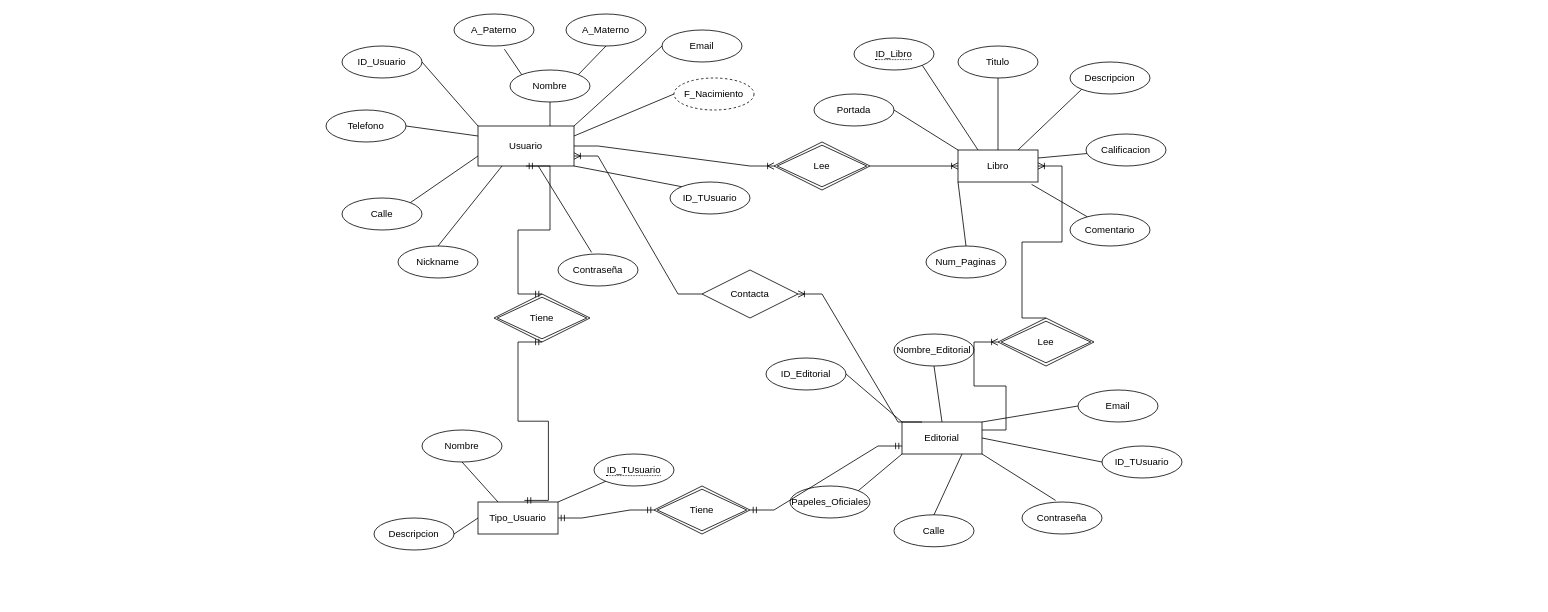
IsaiasSA936/Portales_interactivos keeps this draw.io diagram as BoT/bd/BD_BoT.drawio. Above is the earlier version. Source tidied: cells renumbered, new cells numbered last; positions are measured from the earlier drawing's top-left corner, leaving out a move shared by most shapes. Both pictures are drawn from the tidied source at 80%, with x=0, y=0 at pixel (326, 14).
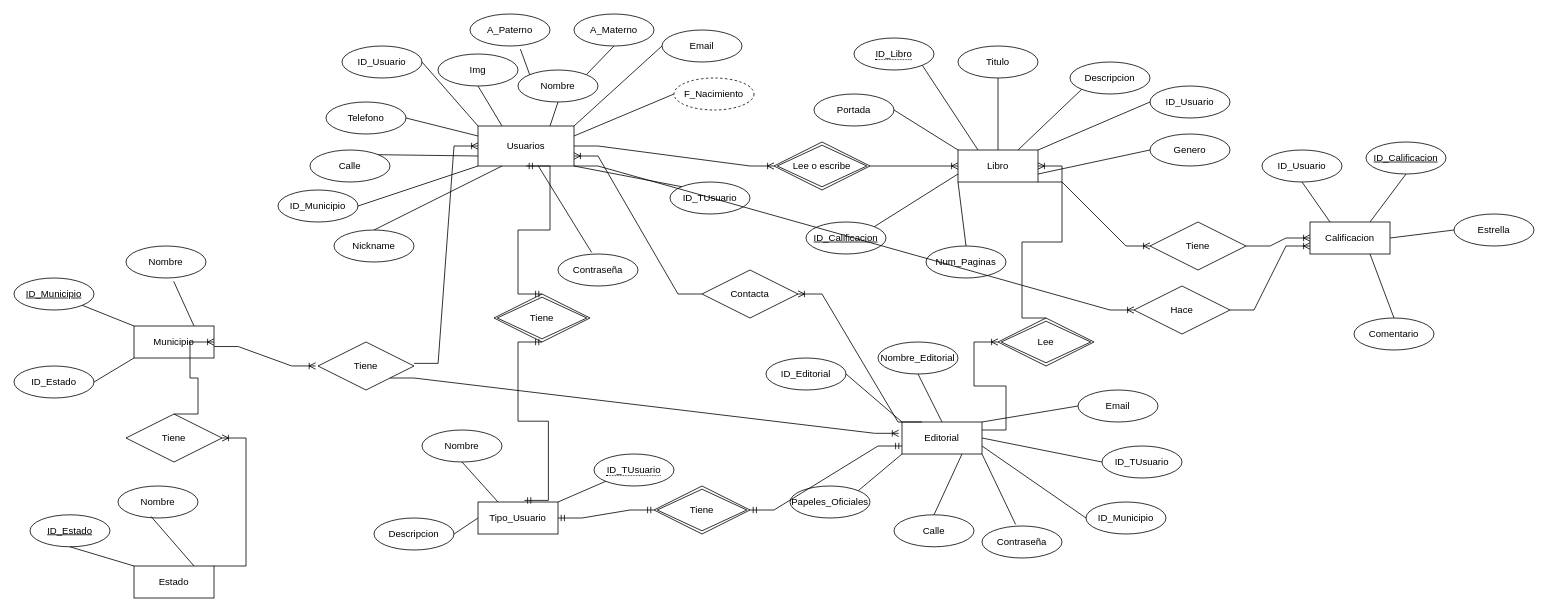
The same page after the edit.

The change refers to these unchanged cells:
```xml
<mxCell id="25" value="Libro" style="whiteSpace=wrap;html=1;align=center;" parent="1" vertex="1">
  <mxGeometry x="790" y="170" width="100" height="40" as="geometry" />
</mxCell>
<mxCell id="53" value="Editorial" style="whiteSpace=wrap;html=1;align=center;" parent="1" vertex="1">
  <mxGeometry x="720" y="510" width="100" height="40" as="geometry" />
</mxCell>
```

Change to the diagram source:
```diff
@@
-    <mxCell id="2" value="Usuario" style="html=1;dashed=0;whiteSpace=wrap;" parent="1" vertex="1">
+    <mxCell id="2" value="Usuarios" style="html=1;dashed=0;whiteSpace=wrap;" parent="1" vertex="1">
       <mxGeometry x="190" y="140" width="120" height="50" as="geometry" />
     </mxCell>
     <mxCell id="3" value="Nombre" style="ellipse;whiteSpace=wrap;html=1;align=center;" parent="1" vertex="1">
-      <mxGeometry x="230" y="70" width="100" height="40" as="geometry" />
+      <mxGeometry x="240" y="70" width="100" height="40" as="geometry" />
     </mxCell>
     <mxCell id="4" value="A_Paterno" style="ellipse;whiteSpace=wrap;html=1;align=center;" parent="1" vertex="1">
-      <mxGeometry x="160" width="100" height="40" as="geometry" />
+      <mxGeometry x="180" width="100" height="40" as="geometry" />
     </mxCell>
     <mxCell id="5" value="A_Materno" style="ellipse;whiteSpace=wrap;html=1;align=center;" parent="1" vertex="1">
-      <mxGeometry x="300" width="100" height="40" as="geometry" />
+      <mxGeometry x="310" width="100" height="40" as="geometry" />
     </mxCell>
@@
     <mxCell id="7" value="Telefono" style="ellipse;whiteSpace=wrap;html=1;align=center;" parent="1" vertex="1">
-      <mxGeometry y="120" width="100" height="40" as="geometry" />
+      <mxGeometry y="110" width="100" height="40" as="geometry" />
     </mxCell>
@@
     <mxCell id="9" value="Calle" style="ellipse;whiteSpace=wrap;html=1;align=center;" parent="1" vertex="1">
-      <mxGeometry x="20" y="230" width="100" height="40" as="geometry" />
+      <mxGeometry x="-20" y="170" width="100" height="40" as="geometry" />
     </mxCell>
@@
     <mxCell id="13" value="Nickname" style="ellipse;whiteSpace=wrap;html=1;align=center;" parent="1" vertex="1">
-      <mxGeometry x="90" y="290" width="100" height="40" as="geometry" />
+      <mxGeometry x="10" y="270" width="100" height="40" as="geometry" />
     </mxCell>
@@
-    <mxCell id="29" value="Calificacion" style="ellipse;whiteSpace=wrap;html=1;align=center;" parent="1" vertex="1">
-      <mxGeometry x="950" y="150" width="100" height="40" as="geometry" />
-    </mxCell>
-    <mxCell id="30" value="Comentario" style="ellipse;whiteSpace=wrap;html=1;align=center;" parent="1" vertex="1">
-      <mxGeometry x="930" y="250" width="100" height="40" as="geometry" />
-    </mxCell>
@@
-    <mxCell id="33" value="Lee" style="shape=rhombus;double=1;perimeter=rhombusPerimeter;whiteSpace=wrap;html=1;align=center;" parent="1" vertex="1">
+    <mxCell id="33" value="Lee o escribe" style="shape=rhombus;double=1;perimeter=rhombusPerimeter;whiteSpace=wrap;html=1;align=center;" parent="1" vertex="1">
       <mxGeometry x="560" y="160" width="120" height="60" as="geometry" />
     </mxCell>
@@
-    <mxCell id="40" style="endArrow=none;html=1;rounded=0;exitX=0.92;exitY=1.075;exitDx=0;exitDy=0;exitPerimeter=0;" parent="1" edge="1" source="25" target="30">
-      <mxGeometry relative="1" as="geometry" />
-    </mxCell>
-    <mxCell id="41" style="endArrow=none;html=1;rounded=0;entryX=1;entryY=0.25;entryDx=0;entryDy=0;" parent="1" edge="1" source="29" target="25">
-      <mxGeometry relative="1" as="geometry" />
-    </mxCell>
@@
     <mxCell id="55" value="Nombre_Editorial" style="ellipse;whiteSpace=wrap;html=1;align=center;" parent="1" vertex="1">
-      <mxGeometry x="710" y="400" width="100" height="40" as="geometry" />
+      <mxGeometry x="690" y="410" width="100" height="40" as="geometry" />
     </mxCell>
@@
     <mxCell id="61" value="Contraseña" style="ellipse;whiteSpace=wrap;html=1;align=center;" parent="1" vertex="1">
-      <mxGeometry x="870" y="610" width="100" height="40" as="geometry" />
+      <mxGeometry x="820" y="640" width="100" height="40" as="geometry" />
     </mxCell>
@@
+    <mxCell id="77" value="Genero" style="ellipse;whiteSpace=wrap;html=1;align=center;" parent="1" vertex="1">
+      <mxGeometry x="1030" y="150" width="100" height="40" as="geometry" />
+    </mxCell>
+    <mxCell id="78" style="endArrow=none;html=1;rounded=0;exitX=1;exitY=0.75;exitDx=0;exitDy=0;entryX=0;entryY=0.5;entryDx=0;entryDy=0;" parent="1" edge="1" source="25" target="77">
+      <mxGeometry relative="1" as="geometry" />
+    </mxCell>
+    <mxCell id="79" value="ID_Municipio" style="ellipse;whiteSpace=wrap;html=1;align=center;" parent="1" vertex="1">
+      <mxGeometry x="-60" y="220" width="100" height="40" as="geometry" />
+    </mxCell>
+    <mxCell id="80" style="endArrow=none;html=1;rounded=0;exitX=1;exitY=0.5;exitDx=0;exitDy=0;entryX=0;entryY=1;entryDx=0;entryDy=0;" parent="1" edge="1" source="79" target="2">
+      <mxGeometry relative="1" as="geometry" />
+    </mxCell>
+    <mxCell id="81" value="ID_Municipio" style="ellipse;whiteSpace=wrap;html=1;align=center;" parent="1" vertex="1">
+      <mxGeometry x="950" y="610" width="100" height="40" as="geometry" />
+    </mxCell>
+    <mxCell id="82" style="endArrow=none;html=1;rounded=0;entryX=0;entryY=0.5;entryDx=0;entryDy=0;exitX=1;exitY=0.75;exitDx=0;exitDy=0;" parent="1" edge="1" source="53" target="81">
+      <mxGeometry relative="1" as="geometry" />
+    </mxCell>
+    <mxCell id="83" value="Municipio" style="whiteSpace=wrap;html=1;align=center;" parent="1" vertex="1">
+      <mxGeometry x="-240" y="390" width="100" height="40" as="geometry" />
+    </mxCell>
+    <mxCell id="84" value="Nombre" style="ellipse;whiteSpace=wrap;html=1;align=center;" parent="1" vertex="1">
+      <mxGeometry x="-250" y="290" width="100" height="40" as="geometry" />
+    </mxCell>
+    <mxCell id="85" value="ID_Municipio" style="ellipse;whiteSpace=wrap;html=1;align=center;fontStyle=4;" parent="1" vertex="1">
+      <mxGeometry x="-390" y="330" width="100" height="40" as="geometry" />
+    </mxCell>
+    <mxCell id="86" value="ID_Estado" style="ellipse;whiteSpace=wrap;html=1;align=center;" parent="1" vertex="1">
+      <mxGeometry x="-390" y="440" width="100" height="40" as="geometry" />
+    </mxCell>
+    <mxCell id="87" style="endArrow=none;html=1;rounded=0;entryX=0;entryY=0;entryDx=0;entryDy=0;exitX=1;exitY=1;exitDx=0;exitDy=0;" parent="1" edge="1" source="85" target="83">
+      <mxGeometry relative="1" as="geometry" />
+    </mxCell>
+    <mxCell id="88" style="endArrow=none;html=1;rounded=0;exitX=1;exitY=0.5;exitDx=0;exitDy=0;entryX=0;entryY=1;entryDx=0;entryDy=0;" parent="1" edge="1" source="86" target="83">
+      <mxGeometry relative="1" as="geometry" />
+    </mxCell>
+    <mxCell id="89" style="endArrow=none;html=1;rounded=0;entryX=0.596;entryY=1.104;entryDx=0;entryDy=0;entryPerimeter=0;exitX=0.75;exitY=0;exitDx=0;exitDy=0;" parent="1" edge="1" source="83" target="84">
+      <mxGeometry relative="1" as="geometry" />
+    </mxCell>
+    <mxCell id="90" value="Tiene" style="shape=rhombus;perimeter=rhombusPerimeter;whiteSpace=wrap;html=1;align=center;" parent="1" vertex="1">
+      <mxGeometry x="-10" y="410" width="120" height="60" as="geometry" />
+    </mxCell>
+    <mxCell id="91" style="edgeStyle=entityRelationEdgeStyle;fontSize=12;html=1;endArrow=ERoneToMany;rounded=0;exitX=1.003;exitY=0.642;exitDx=0;exitDy=0;exitPerimeter=0;entryX=-0.025;entryY=0.499;entryDx=0;entryDy=0;entryPerimeter=0;" parent="1" edge="1" source="83" target="90">
+      <mxGeometry relative="1" as="geometry" />
+    </mxCell>
+    <mxCell id="92" style="edgeStyle=entityRelationEdgeStyle;fontSize=12;html=1;endArrow=ERoneToMany;rounded=0;exitX=1.001;exitY=0.445;exitDx=0;exitDy=0;exitPerimeter=0;entryX=0;entryY=0.5;entryDx=0;entryDy=0;" parent="1" edge="1" source="90" target="2">
+      <mxGeometry relative="1" as="geometry" />
+    </mxCell>
+    <mxCell id="93" style="edgeStyle=entityRelationEdgeStyle;fontSize=12;html=1;endArrow=ERoneToMany;rounded=0;exitX=1;exitY=1;exitDx=0;exitDy=0;entryX=-0.041;entryY=0.354;entryDx=0;entryDy=0;entryPerimeter=0;" parent="1" edge="1" source="90" target="53">
+      <mxGeometry relative="1" as="geometry" />
+    </mxCell>
+    <mxCell id="94" value="Estado" style="whiteSpace=wrap;html=1;align=center;" parent="1" vertex="1">
+      <mxGeometry x="-240" y="690" width="100" height="40" as="geometry" />
+    </mxCell>
+    <mxCell id="95" value="ID_Estado" style="ellipse;whiteSpace=wrap;html=1;align=center;fontStyle=4;" parent="1" vertex="1">
+      <mxGeometry x="-370" y="626" width="100" height="40" as="geometry" />
+    </mxCell>
+    <mxCell id="96" value="Nombre" style="ellipse;whiteSpace=wrap;html=1;align=center;" parent="1" vertex="1">
+      <mxGeometry x="-260" y="590" width="100" height="40" as="geometry" />
+    </mxCell>
+    <mxCell id="97" style="edgeStyle=entityRelationEdgeStyle;fontSize=12;html=1;endArrow=ERoneToMany;rounded=0;exitX=1;exitY=0;exitDx=0;exitDy=0;" parent="1" edge="1" source="94" target="98">
+      <mxGeometry relative="1" as="geometry">
+        <Array as="points">
+          <mxPoint x="-170" y="660" />
+        </Array>
+      </mxGeometry>
+    </mxCell>
+    <mxCell id="98" value="Tiene" style="shape=rhombus;perimeter=rhombusPerimeter;whiteSpace=wrap;html=1;align=center;" parent="1" vertex="1">
+      <mxGeometry x="-250" y="500" width="120" height="60" as="geometry" />
+    </mxCell>
+    <mxCell id="99" style="endArrow=none;html=1;rounded=0;exitX=0;exitY=0;exitDx=0;exitDy=0;entryX=0.5;entryY=1;entryDx=0;entryDy=0;" parent="1" edge="1" source="94" target="95">
+      <mxGeometry relative="1" as="geometry" />
+    </mxCell>
+    <mxCell id="100" style="endArrow=none;html=1;rounded=0;exitX=0.75;exitY=0;exitDx=0;exitDy=0;entryX=0.412;entryY=0.95;entryDx=0;entryDy=0;entryPerimeter=0;" parent="1" edge="1" source="94" target="96">
+      <mxGeometry relative="1" as="geometry" />
+    </mxCell>
+    <mxCell id="101" style="edgeStyle=entityRelationEdgeStyle;fontSize=12;html=1;endArrow=ERoneToMany;rounded=0;exitX=0.5;exitY=0;exitDx=0;exitDy=0;entryX=1;entryY=0.5;entryDx=0;entryDy=0;" parent="1" edge="1" source="98" target="83">
+      <mxGeometry relative="1" as="geometry" />
+    </mxCell>
+    <mxCell id="102" value="ID_Usuario" style="ellipse;whiteSpace=wrap;html=1;align=center;" parent="1" vertex="1">
+      <mxGeometry x="1030" y="90" width="100" height="40" as="geometry" />
+    </mxCell>
+    <mxCell id="103" style="endArrow=none;html=1;rounded=0;exitX=0;exitY=0.5;exitDx=0;exitDy=0;entryX=1;entryY=0;entryDx=0;entryDy=0;" parent="1" edge="1" source="102" target="25">
+      <mxGeometry relative="1" as="geometry" />
+    </mxCell>
+    <mxCell id="104" value="Img" style="ellipse;whiteSpace=wrap;html=1;align=center;" parent="1" vertex="1">
+      <mxGeometry x="140" y="50" width="100" height="40" as="geometry" />
+    </mxCell>
+    <mxCell id="105" style="endArrow=none;html=1;rounded=0;exitX=0.5;exitY=1;exitDx=0;exitDy=0;entryX=0.25;entryY=0;entryDx=0;entryDy=0;" parent="1" edge="1" source="104" target="2">
+      <mxGeometry relative="1" as="geometry" />
+    </mxCell>
+    <mxCell id="29" value="Calificacion" style="whiteSpace=wrap;html=1;align=center;" parent="1" vertex="1">
+      <mxGeometry x="1230" y="260" width="100" height="40" as="geometry" />
+    </mxCell>
+    <mxCell id="106" value="ID_Calificacion" style="ellipse;whiteSpace=wrap;html=1;align=center;fontStyle=4;" parent="1" vertex="1">
+      <mxGeometry x="1300" y="160" width="100" height="40" as="geometry" />
+    </mxCell>
+    <mxCell id="107" value="Estrella" style="ellipse;whiteSpace=wrap;html=1;align=center;" parent="1" vertex="1">
+      <mxGeometry x="1410" y="250" width="100" height="40" as="geometry" />
+    </mxCell>
+    <mxCell id="30" value="Comentario" style="ellipse;whiteSpace=wrap;html=1;align=center;" parent="1" vertex="1">
+      <mxGeometry x="1285" y="380" width="100" height="40" as="geometry" />
+    </mxCell>
+    <mxCell id="108" style="endArrow=none;html=1;rounded=0;exitX=0.5;exitY=0;exitDx=0;exitDy=0;entryX=0.75;entryY=1;entryDx=0;entryDy=0;" parent="1" edge="1" source="30" target="29">
+      <mxGeometry relative="1" as="geometry" />
+    </mxCell>
+    <mxCell id="109" style="endArrow=none;html=1;rounded=0;exitX=1;exitY=0.5;exitDx=0;exitDy=0;entryX=0;entryY=0.5;entryDx=0;entryDy=0;" parent="1" edge="1" source="29" target="107">
+      <mxGeometry relative="1" as="geometry" />
+    </mxCell>
+    <mxCell id="110" style="endArrow=none;html=1;rounded=0;exitX=0.75;exitY=0;exitDx=0;exitDy=0;entryX=0.5;entryY=1;entryDx=0;entryDy=0;" parent="1" edge="1" source="29" target="106">
+      <mxGeometry relative="1" as="geometry" />
+    </mxCell>
+    <mxCell id="111" value="Tiene" style="shape=rhombus;perimeter=rhombusPerimeter;whiteSpace=wrap;html=1;align=center;" parent="1" vertex="1">
+      <mxGeometry x="1030" y="260" width="120" height="60" as="geometry" />
+    </mxCell>
+    <mxCell id="112" style="edgeStyle=entityRelationEdgeStyle;fontSize=12;html=1;endArrow=ERoneToMany;rounded=0;exitX=1;exitY=1;exitDx=0;exitDy=0;entryX=0;entryY=0.5;entryDx=0;entryDy=0;" parent="1" edge="1" source="25" target="111">
+      <mxGeometry relative="1" as="geometry" />
+    </mxCell>
+    <mxCell id="113" style="edgeStyle=entityRelationEdgeStyle;fontSize=12;html=1;endArrow=ERoneToMany;rounded=0;exitX=1;exitY=0.5;exitDx=0;exitDy=0;entryX=0;entryY=0.5;entryDx=0;entryDy=0;" parent="1" edge="1" source="111" target="29">
+      <mxGeometry relative="1" as="geometry" />
+    </mxCell>
+    <mxCell id="114" value="ID_Calificacion" style="ellipse;whiteSpace=wrap;html=1;align=center;fontStyle=4;" parent="1" vertex="1">
+      <mxGeometry x="600" y="260" width="100" height="40" as="geometry" />
+    </mxCell>
+    <mxCell id="115" style="endArrow=none;html=1;rounded=0;exitX=1;exitY=0;exitDx=0;exitDy=0;entryX=0;entryY=0.75;entryDx=0;entryDy=0;" parent="1" edge="1" source="114" target="25">
+      <mxGeometry relative="1" as="geometry" />
+    </mxCell>
+    <mxCell id="116" value="ID_Usuario" style="ellipse;whiteSpace=wrap;html=1;align=center;" parent="1" vertex="1">
+      <mxGeometry x="1170" y="170" width="100" height="40" as="geometry" />
+    </mxCell>
+    <mxCell id="117" style="endArrow=none;html=1;rounded=0;exitX=0.5;exitY=1;exitDx=0;exitDy=0;entryX=0.25;entryY=0;entryDx=0;entryDy=0;" parent="1" edge="1" source="116" target="29">
+      <mxGeometry relative="1" as="geometry" />
+    </mxCell>
+    <mxCell id="118" value="Hace" style="shape=rhombus;perimeter=rhombusPerimeter;whiteSpace=wrap;html=1;align=center;" parent="1" vertex="1">
+      <mxGeometry x="1010" y="340" width="120" height="60" as="geometry" />
+    </mxCell>
+    <mxCell id="119" style="edgeStyle=entityRelationEdgeStyle;fontSize=12;html=1;endArrow=ERoneToMany;rounded=0;exitX=1;exitY=1;exitDx=0;exitDy=0;entryX=0;entryY=0.5;entryDx=0;entryDy=0;" parent="1" edge="1" source="2" target="118">
+      <mxGeometry relative="1" as="geometry" />
+    </mxCell>
+    <mxCell id="120" style="edgeStyle=entityRelationEdgeStyle;fontSize=12;html=1;endArrow=ERoneToMany;rounded=0;exitX=1;exitY=0.5;exitDx=0;exitDy=0;entryX=0;entryY=0.75;entryDx=0;entryDy=0;" parent="1" edge="1" source="118" target="29">
+      <mxGeometry relative="1" as="geometry" />
+    </mxCell>
```
